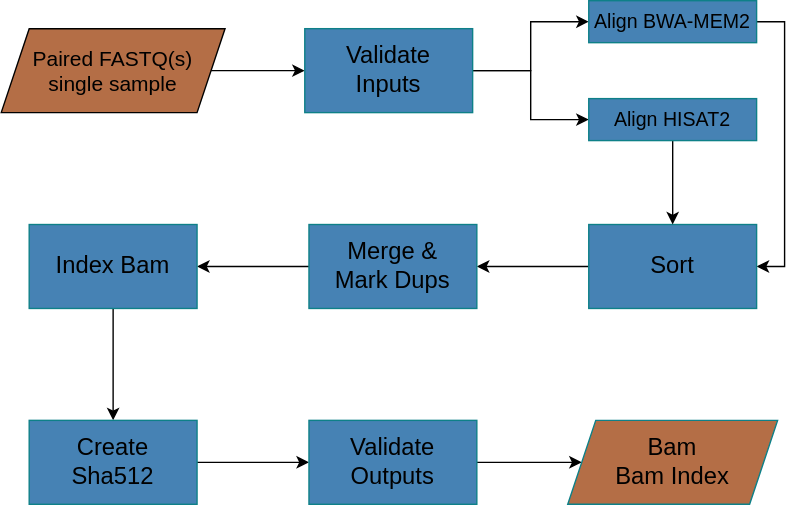
This is flowchart-diagram.drawio.svg from uclahs-cds/pipeline-align-DNA, a draw.io export, as it was before one commit. Source tidied: cells renumbered, new cells last; positions are measured from the earlier drawing's top-left corner, leaving out a move shared by most shapes.
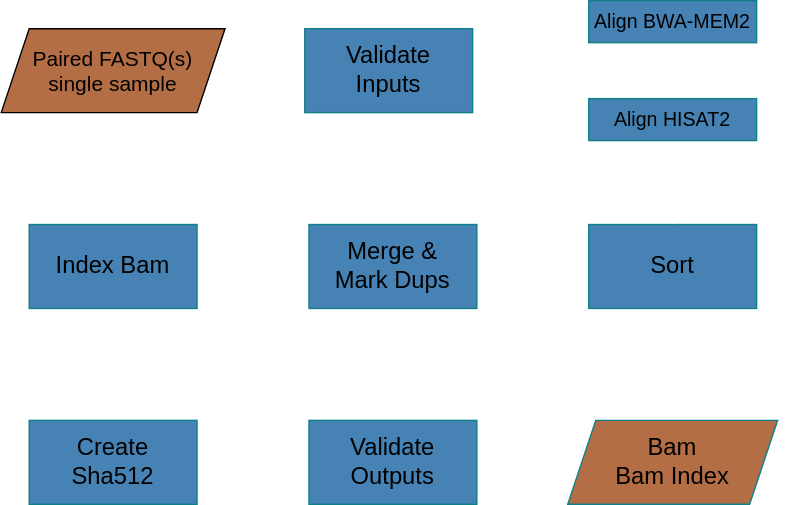
The same diagram one commit later.

Commit message:
Change flowchart arrow color for visibility

What changed in the source:
```diff
@@ -2,52 +2,52 @@
   <root>
     <mxCell id="0" />
     <mxCell id="1" parent="0" />
-    <mxCell id="2" style="edgeStyle=orthogonalEdgeStyle;rounded=0;jettySize=auto;html=1;" parent="1" edge="1" source="3" target="6">
+    <mxCell id="2" style="edgeStyle=orthogonalEdgeStyle;rounded=0;jettySize=auto;html=1;labelBackgroundColor=#FFFFFF;labelBorderColor=#FFFFFF;fillColor=#f9f7ed;strokeColor=#FFFFFF;" parent="1" edge="1" source="3" target="6">
       <mxGeometry relative="1" as="geometry" />
     </mxCell>
     <mxCell id="3" value="Paired FASTQ(s)&lt;br style=&quot;font-size: 15px;&quot;&gt;single sample" style="shape=parallelogram;perimeter=parallelogramPerimeter;whiteSpace=wrap;html=1;fixedSize=1;fontSize=15;fillColor=#B46E46;" parent="1" vertex="1">
       <mxGeometry y="20" width="160" height="60" as="geometry" />
     </mxCell>
-    <mxCell id="4" style="edgeStyle=orthogonalEdgeStyle;rounded=0;jettySize=auto;html=1;fontSize=15;" parent="1" edge="1" source="6" target="8">
+    <mxCell id="4" style="edgeStyle=orthogonalEdgeStyle;rounded=0;jettySize=auto;html=1;fontSize=15;strokeColor=#FFFFFF;" parent="1" edge="1" source="6" target="8">
       <mxGeometry relative="1" as="geometry" />
     </mxCell>
-    <mxCell id="5" style="edgeStyle=orthogonalEdgeStyle;rounded=0;jettySize=auto;html=1;exitX=1;exitY=0.5;exitDx=0;exitDy=0;entryX=0;entryY=0.5;entryDx=0;entryDy=0;fontColor=#ffffff;" parent="1" edge="1" source="6" target="21">
+    <mxCell id="5" style="edgeStyle=orthogonalEdgeStyle;rounded=0;jettySize=auto;html=1;exitX=1;exitY=0.5;exitDx=0;exitDy=0;entryX=0;entryY=0.5;entryDx=0;entryDy=0;fontColor=#ffffff;strokeColor=#FFFFFF;" parent="1" edge="1" source="6" target="21">
       <mxGeometry relative="1" as="geometry" />
     </mxCell>
     <mxCell id="6" value="Validate&lt;br style=&quot;font-size: 17px;&quot;&gt;Inputs" style="whiteSpace=wrap;html=1;strokeColor=#0e8088;fillColor=#4682B4;fontSize=17;" parent="1" vertex="1">
       <mxGeometry x="217" y="20" width="120" height="60" as="geometry" />
     </mxCell>
-    <mxCell id="7" style="edgeStyle=orthogonalEdgeStyle;rounded=0;jettySize=auto;html=1;exitX=1;exitY=0.5;exitDx=0;exitDy=0;entryX=1;entryY=0.5;entryDx=0;entryDy=0;" parent="1" edge="1" source="8" target="10">
+    <mxCell id="7" style="edgeStyle=orthogonalEdgeStyle;rounded=0;jettySize=auto;html=1;exitX=1;exitY=0.5;exitDx=0;exitDy=0;entryX=1;entryY=0.5;entryDx=0;entryDy=0;strokeColor=#FFFFFF;" parent="1" edge="1" source="8" target="10">
       <mxGeometry relative="1" as="geometry" />
     </mxCell>
     <mxCell id="8" value="&lt;font style=&quot;font-size: 14px&quot;&gt;Align BWA-MEM2&lt;/font&gt;" style="whiteSpace=wrap;html=1;fontSize=17;strokeColor=#0e8088;fillColor=#4682B4;" parent="1" vertex="1">
       <mxGeometry x="420" width="120" height="30" as="geometry" />
     </mxCell>
-    <mxCell id="9" style="edgeStyle=orthogonalEdgeStyle;rounded=0;jettySize=auto;html=1;fontSize=17;" parent="1" edge="1" source="10" target="12">
+    <mxCell id="9" style="edgeStyle=orthogonalEdgeStyle;rounded=0;jettySize=auto;html=1;fontSize=17;strokeColor=#FFFFFF;" parent="1" edge="1" source="10" target="12">
       <mxGeometry relative="1" as="geometry" />
     </mxCell>
     <mxCell id="10" value="Sort" style="whiteSpace=wrap;html=1;fontSize=17;strokeColor=#0e8088;fillColor=#4682B4;" parent="1" vertex="1">
       <mxGeometry x="420" y="160" width="120" height="60" as="geometry" />
     </mxCell>
-    <mxCell id="11" style="edgeStyle=orthogonalEdgeStyle;rounded=0;jettySize=auto;html=1;fontSize=17;" parent="1" edge="1" source="12" target="14">
+    <mxCell id="11" style="edgeStyle=orthogonalEdgeStyle;rounded=0;jettySize=auto;html=1;fontSize=17;strokeColor=#FFFFFF;" parent="1" edge="1" source="12" target="14">
       <mxGeometry relative="1" as="geometry" />
     </mxCell>
     <mxCell id="12" value="Merge &amp;amp;&lt;br&gt;Mark Dups" style="whiteSpace=wrap;html=1;fontSize=17;strokeColor=#0e8088;fillColor=#4682B4;" parent="1" vertex="1">
       <mxGeometry x="220" y="160" width="120" height="60" as="geometry" />
     </mxCell>
-    <mxCell id="13" style="edgeStyle=orthogonalEdgeStyle;rounded=0;jettySize=auto;html=1;fontSize=17;" parent="1" edge="1" source="14" target="16">
+    <mxCell id="13" style="edgeStyle=orthogonalEdgeStyle;rounded=0;jettySize=auto;html=1;fontSize=17;strokeColor=#FFFFFF;" parent="1" edge="1" source="14" target="16">
       <mxGeometry relative="1" as="geometry" />
     </mxCell>
     <mxCell id="14" value="Index Bam" style="whiteSpace=wrap;html=1;fontSize=17;strokeColor=#0e8088;fillColor=#4682B4;" parent="1" vertex="1">
       <mxGeometry x="20" y="160" width="120" height="60" as="geometry" />
     </mxCell>
-    <mxCell id="15" style="edgeStyle=orthogonalEdgeStyle;rounded=0;jettySize=auto;html=1;fontSize=17;" parent="1" edge="1" source="16" target="18">
+    <mxCell id="15" style="edgeStyle=orthogonalEdgeStyle;rounded=0;jettySize=auto;html=1;fontSize=17;strokeColor=#FFFFFF;" parent="1" edge="1" source="16" target="18">
       <mxGeometry relative="1" as="geometry" />
     </mxCell>
     <mxCell id="16" value="Create&lt;br&gt;Sha512" style="whiteSpace=wrap;html=1;fontSize=17;strokeColor=#0e8088;fillColor=#4682B4;" parent="1" vertex="1">
       <mxGeometry x="20" y="300" width="120" height="60" as="geometry" />
     </mxCell>
-    <mxCell id="17" style="edgeStyle=orthogonalEdgeStyle;rounded=0;jettySize=auto;html=1;fontSize=17;" parent="1" edge="1" source="18" target="19">
+    <mxCell id="17" style="edgeStyle=orthogonalEdgeStyle;rounded=0;jettySize=auto;html=1;fontSize=17;strokeColor=#FFFFFF;" parent="1" edge="1" source="18" target="19">
       <mxGeometry relative="1" as="geometry" />
     </mxCell>
     <mxCell id="18" value="Validate&lt;br&gt;Outputs" style="whiteSpace=wrap;html=1;fontSize=17;strokeColor=#0e8088;fillColor=#4682B4;" parent="1" vertex="1">
@@ -56,7 +56,7 @@
     <mxCell id="19" value="Bam&lt;br&gt;Bam Index" style="shape=parallelogram;perimeter=parallelogramPerimeter;whiteSpace=wrap;html=1;fixedSize=1;fontSize=17;strokeColor=#0e8088;fillColor=#b46e46;" parent="1" vertex="1">
       <mxGeometry x="405" y="300" width="150" height="60" as="geometry" />
     </mxCell>
-    <mxCell id="20" style="edgeStyle=orthogonalEdgeStyle;rounded=0;jettySize=auto;html=1;exitX=0.5;exitY=1;exitDx=0;exitDy=0;entryX=0.5;entryY=0;entryDx=0;entryDy=0;fontColor=#ffffff;" parent="1" edge="1" source="21" target="10">
+    <mxCell id="20" style="edgeStyle=orthogonalEdgeStyle;rounded=0;jettySize=auto;html=1;exitX=0.5;exitY=1;exitDx=0;exitDy=0;entryX=0.5;entryY=0;entryDx=0;entryDy=0;fontColor=#ffffff;strokeColor=#FFFFFF;" parent="1" edge="1" source="21" target="10">
       <mxGeometry relative="1" as="geometry" />
     </mxCell>
     <mxCell id="21" value="&lt;font style=&quot;font-size: 14px&quot;&gt;Align HISAT2&lt;/font&gt;" style="whiteSpace=wrap;html=1;fontSize=17;strokeColor=#0e8088;fillColor=#4682B4;" parent="1" vertex="1">
```
